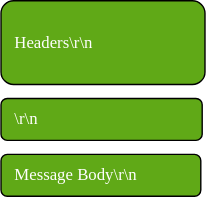
Above: docs/topics/http-basics/img/1.1-4.drawio.svg in Greg-T8/eJPT (draw.io), before the change. Source tidied: cells renumbered, new cells last; positions are measured from the earlier drawing's top-left corner, leaving out a move shared by most shapes. Source of this version:
```xml
<mxGraphModel>
  <root>
    <mxCell id="0" />
    <mxCell id="1" parent="0" />
    <mxCell id="2" style="group;" parent="1" vertex="1">
      <mxGeometry width="146" height="140" as="geometry" />
    </mxCell>
    <mxCell id="3" value="&lt;font face=&quot;Lucida Console&quot;&gt;Headers\r\n&lt;/font&gt;" style="rounded=1;whiteSpace=wrap;html=1;align=left;spacing=10;fontFamily=Courier New;labelBackgroundColor=none;fillColor=#60a917;strokeColor=#000000;fontColor=#ffffff;" parent="2" vertex="1">
      <mxGeometry width="146" height="60" as="geometry" />
    </mxCell>
    <mxCell id="4" value="&lt;font face=&quot;Lucida Console&quot;&gt;\r\n&lt;/font&gt;" style="rounded=1;whiteSpace=wrap;html=1;align=left;spacing=10;fontFamily=Courier New;fillColor=#60a917;strokeColor=#000000;fontColor=#ffffff;labelBackgroundColor=none;" parent="2" vertex="1">
      <mxGeometry y="70" width="144" height="30" as="geometry" />
    </mxCell>
    <mxCell id="5" value="&lt;font face=&quot;Lucida Console&quot;&gt;Message Body\r\n&lt;/font&gt;" style="rounded=1;whiteSpace=wrap;html=1;align=left;fontFamily=Courier New;fillColor=#60a917;strokeColor=#000000;fontColor=#ffffff;spacing=10;labelBackgroundColor=none;" parent="2" vertex="1">
      <mxGeometry y="110" width="143" height="30" as="geometry" />
    </mxCell>
  </root>
</mxGraphModel>
```
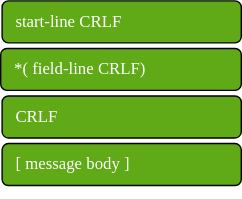
After the commit.

Commit message:
Updated notes on HTTP

Diff of the diagram source:
```diff
@@ -3,16 +3,19 @@
     <mxCell id="0" />
     <mxCell id="1" parent="0" />
     <mxCell id="2" style="group;" parent="1" vertex="1">
-      <mxGeometry width="146" height="140" as="geometry" />
+      <mxGeometry width="171" height="140" as="geometry" />
     </mxCell>
-    <mxCell id="3" value="&lt;font face=&quot;Lucida Console&quot;&gt;Headers\r\n&lt;/font&gt;" style="rounded=1;whiteSpace=wrap;html=1;align=left;spacing=10;fontFamily=Courier New;labelBackgroundColor=none;fillColor=#60a917;strokeColor=#000000;fontColor=#ffffff;" parent="2" vertex="1">
-      <mxGeometry width="146" height="60" as="geometry" />
+    <mxCell id="3" value="&lt;font face=&quot;Lucida Console&quot;&gt;*( field-line CRLF)&lt;/font&gt;" style="rounded=1;whiteSpace=wrap;html=1;align=left;spacing=10;fontFamily=Courier New;labelBackgroundColor=none;fillColor=#60a917;strokeColor=#000000;fontColor=#ffffff;" parent="2" vertex="1">
+      <mxGeometry x="-1" y="34" width="172" height="30" as="geometry" />
     </mxCell>
-    <mxCell id="4" value="&lt;font face=&quot;Lucida Console&quot;&gt;\r\n&lt;/font&gt;" style="rounded=1;whiteSpace=wrap;html=1;align=left;spacing=10;fontFamily=Courier New;fillColor=#60a917;strokeColor=#000000;fontColor=#ffffff;labelBackgroundColor=none;" parent="2" vertex="1">
-      <mxGeometry y="70" width="144" height="30" as="geometry" />
+    <mxCell id="4" value="&lt;font face=&quot;Lucida Console&quot;&gt;CRLF&lt;/font&gt;" style="rounded=1;whiteSpace=wrap;html=1;align=left;spacing=10;fontFamily=Courier New;fillColor=#60a917;strokeColor=#000000;fontColor=#ffffff;labelBackgroundColor=none;" parent="2" vertex="1">
+      <mxGeometry y="68" width="171" height="30" as="geometry" />
     </mxCell>
-    <mxCell id="5" value="&lt;font face=&quot;Lucida Console&quot;&gt;Message Body\r\n&lt;/font&gt;" style="rounded=1;whiteSpace=wrap;html=1;align=left;fontFamily=Courier New;fillColor=#60a917;strokeColor=#000000;fontColor=#ffffff;spacing=10;labelBackgroundColor=none;" parent="2" vertex="1">
-      <mxGeometry y="110" width="143" height="30" as="geometry" />
+    <mxCell id="5" value="&lt;font face=&quot;Lucida Console&quot;&gt;[ message body ]&lt;/font&gt;" style="rounded=1;whiteSpace=wrap;html=1;align=left;fontFamily=Courier New;fillColor=#60a917;strokeColor=#000000;fontColor=#ffffff;spacing=10;labelBackgroundColor=none;" parent="2" vertex="1">
+      <mxGeometry y="102" width="171" height="30" as="geometry" />
     </mxCell>
+    <mxCell id="6" value="&lt;font face=&quot;Lucida Console&quot;&gt;start-line CRLF&lt;/font&gt;" style="rounded=1;whiteSpace=wrap;html=1;align=left;spacing=10;fontFamily=Courier New;labelBackgroundColor=none;fillColor=#60a917;strokeColor=#000000;fontColor=#ffffff;" parent="2" vertex="1">
+      <mxGeometry width="171" height="30" as="geometry" />
+    </mxCell>
   </root>
 </mxGraphModel>
```
